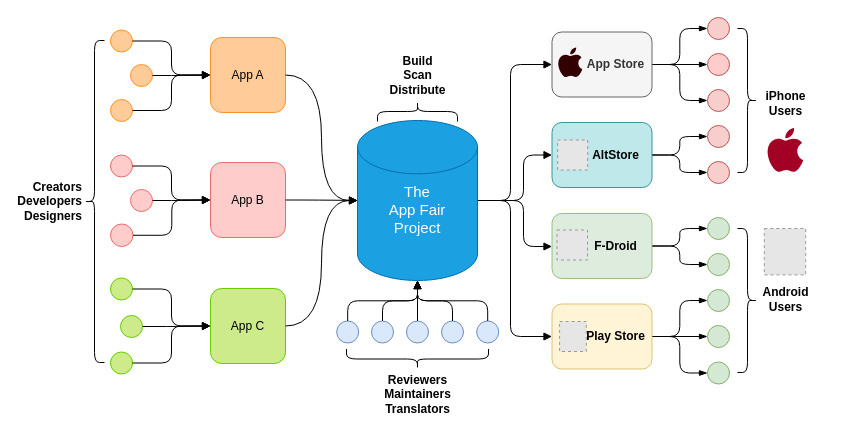
Before: page "appfair-project" (1 of 8) of assets/images/appfair-project.drawio in fairapps/fairapps.github.io, a draw.io diagram. Source tidied: cells renumbered, new cells numbered last; positions are measured from the earlier drawing's top-left corner, leaving out a move shared by most shapes. Both pictures are drawn from the tidied source at 100%, with x=0, y=0 at pixel (84, 17). Pictures stored in the file or linked from it are replaced by grey dashed boxes.
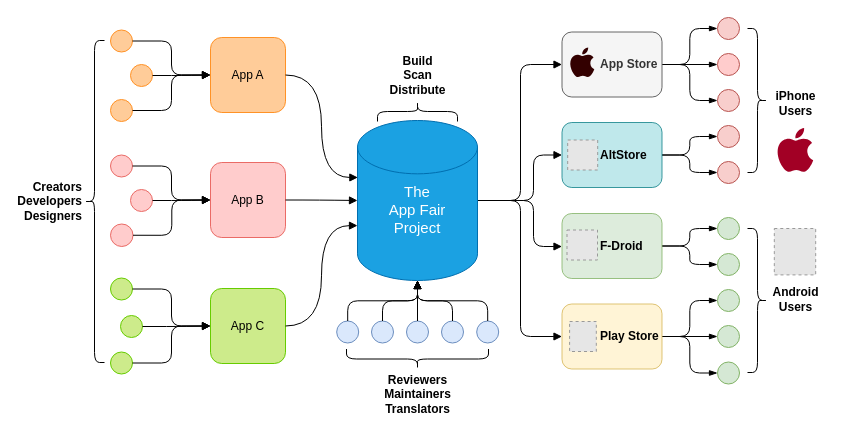
The same page after the edit.

Unchanged cells that the change refers to:
```xml
<mxCell id="13" value="&lt;span style=&quot;font-size: 15px;&quot;&gt;&lt;br style=&quot;font-size: 15px;&quot;&gt;The&lt;br style=&quot;font-size: 15px;&quot;&gt;App Fair&lt;br style=&quot;font-size: 15px;&quot;&gt;Project&lt;/span&gt;" style="strokeWidth=1;html=1;shape=mxgraph.flowchart.database;whiteSpace=wrap;fillColor=#1ba1e2;strokeColor=#006EAF;fontColor=#ffffff;fontStyle=0;fontSize=15;" parent="1" vertex="1">
  <mxGeometry x="273" y="103" width="120" height="160" as="geometry" />
</mxCell>
<mxCell id="14" value="App A" style="strokeWidth=1;html=1;shape=label;whiteSpace=wrap;fillColor=#ffcc99;strokeColor=#FF9226;fixedSize=1;rounded=1;" parent="1" vertex="1">
  <mxGeometry x="126" y="20" width="75" height="75" as="geometry" />
</mxCell>
<mxCell id="16" value="App C" style="strokeWidth=1;html=1;shape=label;whiteSpace=wrap;fillColor=#cdeb8b;strokeColor=#66CC00;rounded=1;" parent="1" vertex="1">
  <mxGeometry x="126" y="271" width="75" height="75" as="geometry" />
</mxCell>
```

The edit, as a diff of the source:
```diff
@@
-    <mxCell id="4" value="AltStore" style="whiteSpace=wrap;html=1;fillColor=#b0e3e6;strokeColor=#0e8088;rounded=1;strokeWidth=1;fontStyle=1;fontSize=12;spacingLeft=27;opacity=80;" parent="1" vertex="1">
-      <mxGeometry x="467.5" y="105" width="100" height="65" as="geometry" />
+    <mxCell id="4" value="AltStore" style="whiteSpace=wrap;html=1;fillColor=#b0e3e6;strokeColor=#0e8088;rounded=1;strokeWidth=1;fontStyle=1;fontSize=12;spacingLeft=36;opacity=80;align=left;" parent="1" vertex="1">
+      <mxGeometry x="477.5" y="105" width="100" height="65" as="geometry" />
     </mxCell>
     <mxCell id="5" style="ellipse;whiteSpace=wrap;html=1;fillColor=#f8cecc;strokeColor=#b85450;" parent="1" vertex="1">
-      <mxGeometry x="623" y="144" width="22" height="22" as="geometry" />
+      <mxGeometry x="633" y="144" width="22" height="22" as="geometry" />
     </mxCell>
     <mxCell id="6" style="ellipse;whiteSpace=wrap;html=1;fillColor=#f8cecc;strokeColor=#b85450;" parent="1" vertex="1">
-      <mxGeometry x="623" y="108" width="22" height="22" as="geometry" />
+      <mxGeometry x="633" y="108" width="22" height="22" as="geometry" />
     </mxCell>
     <mxCell id="7" style="ellipse;whiteSpace=wrap;html=1;fillColor=#d5e8d4;strokeColor=#82b366;" parent="1" vertex="1">
-      <mxGeometry x="623" y="200" width="22" height="22" as="geometry" />
+      <mxGeometry x="633" y="200" width="22" height="22" as="geometry" />
     </mxCell>
     <mxCell id="8" style="ellipse;whiteSpace=wrap;html=1;fillColor=#d5e8d4;strokeColor=#82b366;" parent="1" vertex="1">
-      <mxGeometry x="623" y="236" width="22" height="22" as="geometry" />
+      <mxGeometry x="633" y="236" width="22" height="22" as="geometry" />
     </mxCell>
     <mxCell id="9" style="edgeStyle=orthogonalEdgeStyle;rounded=1;jettySize=auto;html=1;exitX=1;exitY=0.5;exitDx=0;exitDy=0;exitPerimeter=0;entryX=0;entryY=0.5;entryDx=0;entryDy=0;curved=0;endArrow=block;endFill=1;" parent="1" edge="1" source="13" target="63">
       <mxGeometry relative="1" as="geometry">
         <Array as="points">
-          <mxPoint x="426" y="183" />
-          <mxPoint x="426" y="319" />
+          <mxPoint x="436" y="183" />
+          <mxPoint x="436" y="319" />
         </Array>
       </mxGeometry>
     </mxCell>
     <mxCell id="10" style="edgeStyle=orthogonalEdgeStyle;rounded=1;jettySize=auto;html=1;exitX=1;exitY=0.5;exitDx=0;exitDy=0;exitPerimeter=0;entryX=0;entryY=0.5;entryDx=0;entryDy=0;curved=0;endArrow=block;endFill=1;" parent="1" edge="1" source="13" target="56">
       <mxGeometry relative="1" as="geometry">
         <Array as="points">
-          <mxPoint x="426" y="183" />
-          <mxPoint x="426" y="47" />
+          <mxPoint x="436" y="183" />
+          <mxPoint x="436" y="47" />
         </Array>
       </mxGeometry>
     </mxCell>
     <mxCell id="11" style="edgeStyle=orthogonalEdgeStyle;rounded=1;jettySize=auto;html=1;exitX=1;exitY=0.5;exitDx=0;exitDy=0;exitPerimeter=0;curved=0;endArrow=block;endFill=1;" parent="1" edge="1" source="13" target="75">
       <mxGeometry relative="1" as="geometry">
         <Array as="points">
-          <mxPoint x="439" y="183" />
-          <mxPoint x="439" y="229" />
+          <mxPoint x="449" y="183" />
+          <mxPoint x="449" y="229" />
         </Array>
       </mxGeometry>
     </mxCell>
     <mxCell id="12" style="edgeStyle=orthogonalEdgeStyle;rounded=1;jettySize=auto;html=1;exitX=1;exitY=0.5;exitDx=0;exitDy=0;exitPerimeter=0;entryX=0;entryY=0.5;entryDx=0;entryDy=0;curved=0;endArrow=block;endFill=1;" parent="1" edge="1" source="13" target="4">
       <mxGeometry relative="1" as="geometry">
         <Array as="points">
-          <mxPoint x="439" y="183" />
-          <mxPoint x="439" y="138" />
+          <mxPoint x="449" y="183" />
+          <mxPoint x="449" y="138" />
         </Array>
       </mxGeometry>
     </mxCell>
@@
-    <mxCell id="17" style="edgeStyle=orthogonalEdgeStyle;rounded=0;jettySize=auto;html=1;exitX=1;exitY=0.5;exitDx=0;exitDy=0;exitPerimeter=0;entryX=0;entryY=0.5;entryDx=0;entryDy=0;entryPerimeter=0;curved=1;endArrow=block;endFill=1;" parent="1" edge="1" source="16" target="13">
+    <mxCell id="17" style="edgeStyle=orthogonalEdgeStyle;rounded=0;jettySize=auto;html=1;exitX=1;exitY=0.5;exitDx=0;exitDy=0;exitPerimeter=0;entryX=0;entryY=0.657;entryDx=0;entryDy=0;entryPerimeter=0;curved=1;endArrow=block;endFill=1;" parent="1" edge="1" source="16" target="13">
       <mxGeometry relative="1" as="geometry" />
     </mxCell>
@@
-    <mxCell id="19" style="edgeStyle=orthogonalEdgeStyle;rounded=0;jettySize=auto;html=1;exitX=1;exitY=0.5;exitDx=0;exitDy=0;exitPerimeter=0;entryX=0;entryY=0.5;entryDx=0;entryDy=0;entryPerimeter=0;curved=1;endArrow=block;endFill=1;" parent="1" edge="1" source="14" target="13">
+    <mxCell id="19" style="edgeStyle=orthogonalEdgeStyle;rounded=0;jettySize=auto;html=1;exitX=1;exitY=0.5;exitDx=0;exitDy=0;exitPerimeter=0;entryX=0.003;entryY=0.356;entryDx=0;entryDy=0;entryPerimeter=0;curved=1;endArrow=block;endFill=1;" parent="1" edge="1" source="14" target="13">
       <mxGeometry relative="1" as="geometry" />
     </mxCell>
@@
-    <mxCell id="56" value="App Store" style="whiteSpace=wrap;html=1;rounded=1;fontStyle=1;fontSize=12;spacingLeft=27;fillColor=#f5f5f5;fontColor=#333333;strokeColor=#666666;" parent="1" vertex="1">
-      <mxGeometry x="467.5" y="14.5" width="100" height="65" as="geometry" />
+    <mxCell id="56" value="App Store" style="whiteSpace=wrap;html=1;rounded=1;fontStyle=1;fontSize=12;spacingLeft=36;fillColor=#f5f5f5;fontColor=#333333;strokeColor=#666666;align=left;" parent="1" vertex="1">
+      <mxGeometry x="477.5" y="14.5" width="100" height="65" as="geometry" />
     </mxCell>
     <mxCell id="57" style="ellipse;whiteSpace=wrap;html=1;fillColor=#f8cecc;strokeColor=#b85450;" parent="1" vertex="1">
-      <mxGeometry x="623" width="22" height="22" as="geometry" />
+      <mxGeometry x="633" width="22" height="22" as="geometry" />
     </mxCell>
     <mxCell id="58" style="ellipse;whiteSpace=wrap;html=1;fillColor=#ffcccc;strokeColor=light-dark(#b85450, #babdc0);" parent="1" vertex="1">
-      <mxGeometry x="623" y="36" width="22" height="22" as="geometry" />
+      <mxGeometry x="633" y="36" width="22" height="22" as="geometry" />
     </mxCell>
     <mxCell id="59" style="ellipse;whiteSpace=wrap;html=1;fillColor=#f8cecc;strokeColor=#b85450;" parent="1" vertex="1">
-      <mxGeometry x="623" y="72" width="22" height="22" as="geometry" />
+      <mxGeometry x="633" y="72" width="22" height="22" as="geometry" />
     </mxCell>
@@
-    <mxCell id="63" value="Play Store" style="whiteSpace=wrap;html=1;rounded=1;fontStyle=1;fontSize=12;spacingLeft=27;fillColor=#fff2cc;strokeColor=#d6b656;opacity=80;" parent="1" vertex="1">
-      <mxGeometry x="467.5" y="286.5" width="100" height="65" as="geometry" />
+    <mxCell id="63" value="Play Store" style="whiteSpace=wrap;html=1;rounded=1;fontStyle=1;fontSize=12;spacingLeft=36;fillColor=#fff2cc;strokeColor=#d6b656;opacity=80;align=left;" parent="1" vertex="1">
+      <mxGeometry x="477.5" y="286.5" width="100" height="65" as="geometry" />
     </mxCell>
     <mxCell id="64" style="ellipse;whiteSpace=wrap;html=1;fillColor=#d5e8d4;strokeColor=#82b366;" parent="1" vertex="1">
-      <mxGeometry x="623" y="272" width="22" height="22" as="geometry" />
+      <mxGeometry x="633" y="272" width="22" height="22" as="geometry" />
     </mxCell>
     <mxCell id="65" style="ellipse;whiteSpace=wrap;html=1;fillColor=#d5e8d4;strokeColor=#82b366;" parent="1" vertex="1">
-      <mxGeometry x="623" y="308" width="22" height="22" as="geometry" />
+      <mxGeometry x="633" y="308" width="22" height="22" as="geometry" />
     </mxCell>
     <mxCell id="66" style="ellipse;whiteSpace=wrap;html=1;fillColor=#d5e8d4;strokeColor=#82b366;" parent="1" vertex="1">
-      <mxGeometry x="623" y="344.5" width="22" height="22" as="geometry" />
+      <mxGeometry x="633" y="344.5" width="22" height="22" as="geometry" />
     </mxCell>
     <mxCell id="67" style="shape=curlyBracket;whiteSpace=wrap;html=1;rounded=1;labelPosition=left;verticalLabelPosition=middle;align=right;verticalAlign=middle;fontStyle=0;strokeWidth=1;flipH=1;" parent="1" vertex="1">
-      <mxGeometry x="653" y="11" width="20" height="144" as="geometry" />
+      <mxGeometry x="663" y="11" width="20" height="144" as="geometry" />
     </mxCell>
     <mxCell id="68" style="shape=curlyBracket;whiteSpace=wrap;html=1;rounded=1;labelPosition=left;verticalLabelPosition=middle;align=right;verticalAlign=middle;fontStyle=0;strokeWidth=1;flipH=1;" parent="1" vertex="1">
-      <mxGeometry x="653" y="211" width="20" height="144" as="geometry" />
+      <mxGeometry x="663" y="211" width="20" height="144" as="geometry" />
     </mxCell>
     <mxCell id="69" value="iPhone&lt;div&gt;Users&lt;/div&gt;" style="text;html=1;align=center;verticalAlign=middle;strokeColor=none;fillColor=none;fontStyle=1;" parent="1" vertex="1">
-      <mxGeometry x="673" y="65.5" width="55" height="41" as="geometry" />
+      <mxGeometry x="683" y="65.5" width="55" height="41" as="geometry" />
     </mxCell>
     <mxCell id="70" value="Android&lt;div&gt;Users&lt;/div&gt;" style="text;html=1;align=center;verticalAlign=middle;strokeColor=none;fillColor=none;fontStyle=1;" parent="1" vertex="1">
-      <mxGeometry x="671" y="261" width="59" height="41" as="geometry" />
+      <mxGeometry x="681" y="261" width="59" height="41" as="geometry" />
     </mxCell>
     <mxCell id="71" style="dashed=0;html=1;align=center;labelPosition=center;verticalLabelPosition=bottom;verticalAlign=top;shape=mxgraph.weblogos.apple;fillColor=#a20025;strokeColor=none;fontColor=#ffffff;" parent="1" vertex="1">
-      <mxGeometry x="682.3" y="110.6" width="36.4" height="44.4" as="geometry" />
+      <mxGeometry x="692.3" y="110.6" width="36.4" height="44.4" as="geometry" />
     </mxCell>
     <mxCell id="72" style="fillColor=#E6E6E6;strokeColor=#999999;dashed=1;verticalLabelPosition=bottom;labelBackgroundColor=default;verticalAlign=top;" parent="1" vertex="1">
-      <mxGeometry x="679.8" y="211" width="41.4" height="46.4" as="geometry" />
+      <mxGeometry x="689.8" y="211" width="41.4" height="46.4" as="geometry" />
     </mxCell>
@@
-    <mxCell id="75" value="F-Droid" style="whiteSpace=wrap;html=1;fillColor=#d5e8d4;strokeColor=#82b366;rounded=1;strokeWidth=1;align=center;labelPosition=center;verticalLabelPosition=middle;verticalAlign=middle;fontStyle=1;fontSize=12;spacingLeft=27;opacity=80;" parent="1" vertex="1">
-      <mxGeometry x="467.5" y="196" width="100" height="65" as="geometry" />
+    <mxCell id="75" value="F-Droid" style="whiteSpace=wrap;html=1;fillColor=#d5e8d4;strokeColor=#82b366;rounded=1;strokeWidth=1;align=left;labelPosition=center;verticalLabelPosition=middle;verticalAlign=middle;fontStyle=1;fontSize=12;spacingLeft=36;opacity=80;" parent="1" vertex="1">
+      <mxGeometry x="477.5" y="196" width="100" height="65" as="geometry" />
     </mxCell>
     <mxCell id="76" style="fillColor=#E6E6E6;strokeColor=#999999;dashed=1;verticalLabelPosition=bottom;labelBackgroundColor=default;verticalAlign=top;" parent="1" vertex="1">
-      <mxGeometry x="472.5" y="212.5" width="30.5" height="30" as="geometry" />
+      <mxGeometry x="482.5" y="212.5" width="30.5" height="30" as="geometry" />
     </mxCell>
     <mxCell id="77" style="fillColor=#E6E6E6;strokeColor=#999999;dashed=1;verticalLabelPosition=bottom;labelBackgroundColor=default;verticalAlign=top;" parent="1" vertex="1">
-      <mxGeometry x="473.2" y="122.5" width="30" height="30" as="geometry" />
+      <mxGeometry x="483.2" y="122.5" width="30" height="30" as="geometry" />
     </mxCell>
     <mxCell id="78" style="dashed=0;html=1;align=center;labelPosition=center;verticalLabelPosition=bottom;verticalAlign=top;shape=mxgraph.weblogos.apple;fillColor=#330000;strokeColor=none;fontColor=#333333;strokeWidth=1;" parent="1" vertex="1">
-      <mxGeometry x="473.2" y="30" width="24.6" height="30" as="geometry" />
+      <mxGeometry x="485.2" y="30" width="24.6" height="30" as="geometry" />
     </mxCell>
     <mxCell id="79" style="fillColor=#E6E6E6;strokeColor=#999999;dashed=1;verticalLabelPosition=bottom;labelBackgroundColor=default;verticalAlign=top;" parent="1" vertex="1">
-      <mxGeometry x="475.1" y="304" width="26.7" height="30" as="geometry" />
+      <mxGeometry x="485.1" y="304" width="26.7" height="30" as="geometry" />
     </mxCell>
```
